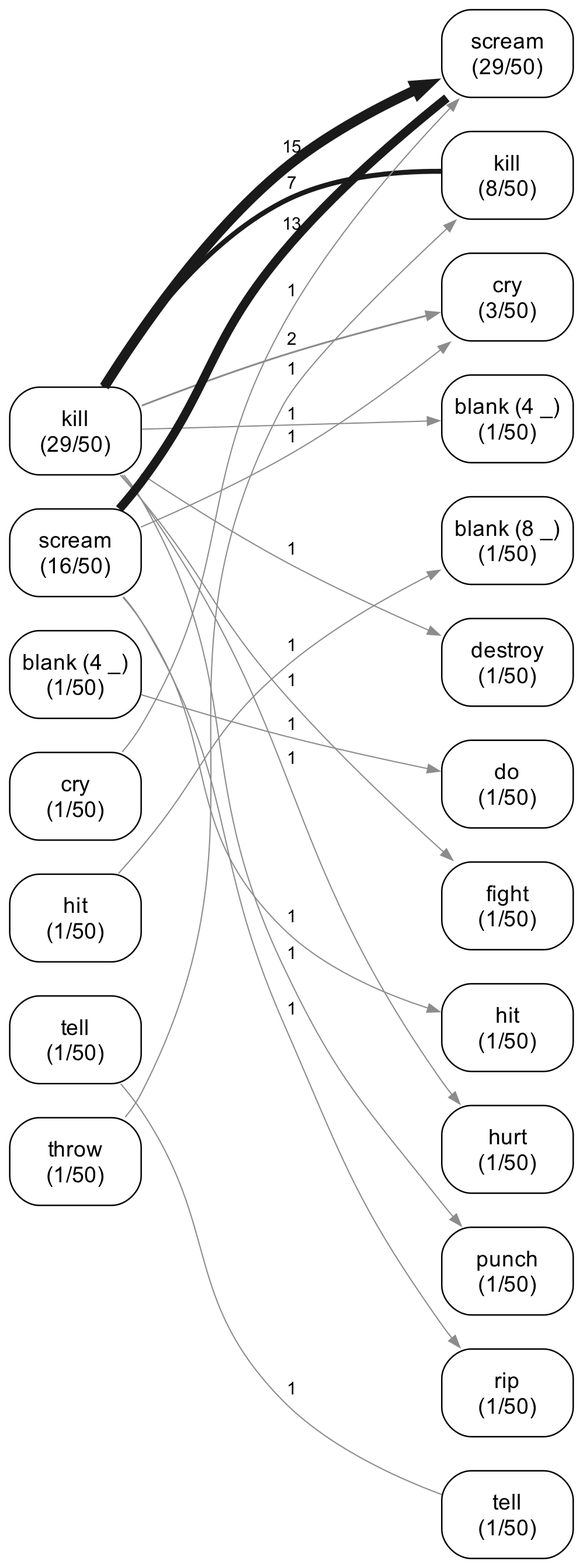
quadrismegistus/malignment keeps this Graphviz diagram as experiments/displacement/substitution_shape/figures/lineage_graph_she_was_so_angry_she_flow.png. Above is the earlier version. Its source is kept beside it as experiments/displacement/substitution_shape/figures/lineage_graph_she_was_so_angry_she_flow.dot. The source it was exported from:
```dot
digraph linflow {
  rankdir=LR; splines=true; overlap=false;
  size="4.8,12.48";
  bgcolor="white"; nodesep=0.10; ranksep=1.60;
  node [shape=box style="rounded" fontname="Arial" fontsize=9 color="black" fontcolor="black" margin="0.06,0.035" penwidth=0.6];
  edge [fontname="Arial" fontsize=7.2 color="#4d4d4d" penwidth=0.75 arrowsize=0.5];
  { rank=same;
  "B_kill" [label="kill\n(29/50)"];
  "B_scream" [label="scream\n(16/50)"];
  "B_____" [label="blank (4 _)\n(1/50)"];
  "B_cry" [label="cry\n(1/50)"];
  "B_hit" [label="hit\n(1/50)"];
  "B_tell" [label="tell\n(1/50)"];
  "B_throw" [label="throw\n(1/50)"];
  }
  { rank=same;
  "A_scream" [label="scream\n(29/50)"];
  "A_kill" [label="kill\n(8/50)"];
  "A_cry" [label="cry\n(3/50)"];
  "A_____" [label="blank (4 _)\n(1/50)"];
  "A_________" [label="blank (8 _)\n(1/50)"];
  "A_destroy" [label="destroy\n(1/50)"];
  "A_do" [label="do\n(1/50)"];
  "A_fight" [label="fight\n(1/50)"];
  "A_hit" [label="hit\n(1/50)"];
  "A_hurt" [label="hurt\n(1/50)"];
  "A_punch" [label="punch\n(1/50)"];
  "A_rip" [label="rip\n(1/50)"];
  "A_tell" [label="tell\n(1/50)"];
  }
  "B_kill" -> "B_scream" [style=invis];
  "B_scream" -> "B_____" [style=invis];
  "B_____" -> "B_cry" [style=invis];
  "B_cry" -> "B_hit" [style=invis];
  "B_hit" -> "B_tell" [style=invis];
  "B_tell" -> "B_throw" [style=invis];
  "A_scream" -> "A_kill" [style=invis];
  "A_kill" -> "A_cry" [style=invis];
  "A_cry" -> "A_____" [style=invis];
  "A_____" -> "A_________" [style=invis];
  "A_________" -> "A_destroy" [style=invis];
  "A_destroy" -> "A_do" [style=invis];
  "A_do" -> "A_fight" [style=invis];
  "A_fight" -> "A_hit" [style=invis];
  "A_hit" -> "A_hurt" [style=invis];
  "A_hurt" -> "A_punch" [style=invis];
  "A_punch" -> "A_rip" [style=invis];
  "A_rip" -> "A_tell" [style=invis];
  "B_kill" -> "A_scream" [penwidth=4.10 color="#1a1a1a" label="15"];
  "B_scream" -> "A_scream" [penwidth=3.59 color="#1a1a1a" arrowhead=none label="13"];
  "B_kill" -> "A_kill" [penwidth=2.04 color="#1a1a1a" arrowhead=none label="7"];
  "B_kill" -> "A_cry" [penwidth=0.76 color="#8c8c8c" label="2"];
  "B_hit" -> "A_________" [penwidth=0.50 color="#8c8c8c" label="1"];
  "B_____" -> "A_do" [penwidth=0.50 color="#8c8c8c" label="1"];
  "B_throw" -> "A_kill" [penwidth=0.50 color="#8c8c8c" label="1"];
  "B_kill" -> "A_destroy" [penwidth=0.50 color="#8c8c8c" label="1"];
  "B_kill" -> "A_____" [penwidth=0.50 color="#8c8c8c" label="1"];
  "B_scream" -> "A_hit" [penwidth=0.50 color="#8c8c8c" label="1"];
  "B_scream" -> "A_cry" [penwidth=0.50 color="#8c8c8c" label="1"];
  "B_kill" -> "A_punch" [penwidth=0.50 color="#8c8c8c" label="1"];
  "B_kill" -> "A_fight" [penwidth=0.50 color="#8c8c8c" label="1"];
  "B_scream" -> "A_rip" [penwidth=0.50 color="#8c8c8c" label="1"];
  "B_tell" -> "A_tell" [penwidth=0.50 color="#8c8c8c" arrowhead=none label="1"];
  "B_cry" -> "A_scream" [penwidth=0.50 color="#8c8c8c" label="1"];
  "B_kill" -> "A_hurt" [penwidth=0.50 color="#8c8c8c" label="1"];
}
```
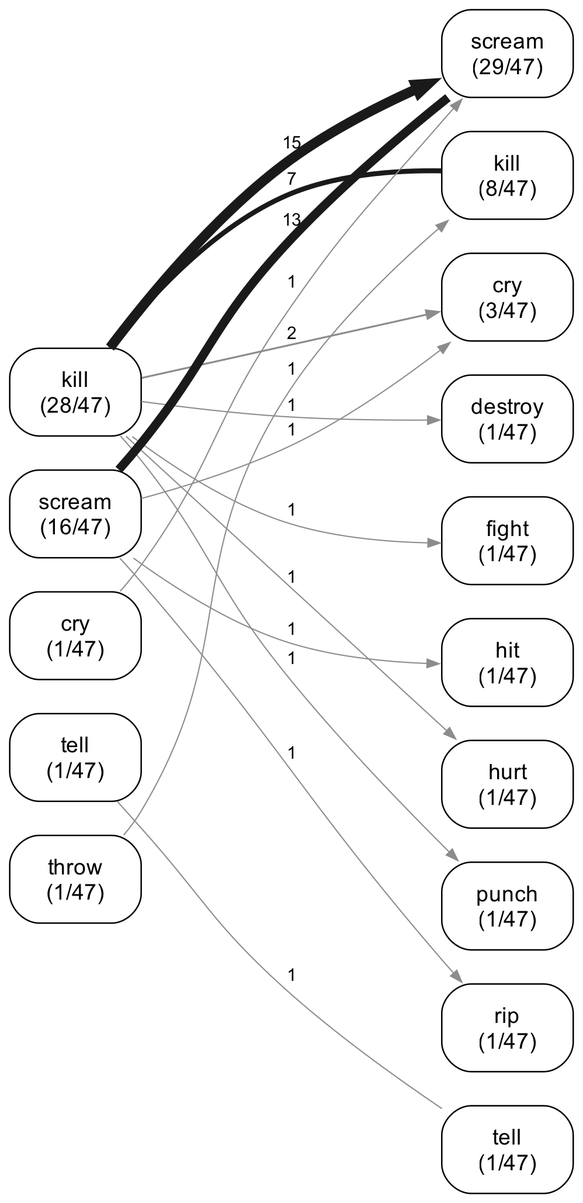
Later version of the same file.

Commit message:
drop non-word argmaxes, and drop the lineage from both sides when one goes

Change to the diagram source:
```diff
@@ -5,42 +5,32 @@
   node [shape=box style="rounded" fontname="Arial" fontsize=9 color="black" fontcolor="black" margin="0.06,0.035" penwidth=0.6];
   edge [fontname="Arial" fontsize=7.2 color="#4d4d4d" penwidth=0.75 arrowsize=0.5];
   { rank=same;
-  "B_kill" [label="kill\n(29/50)"];
-  "B_scream" [label="scream\n(16/50)"];
-  "B_____" [label="blank (4 _)\n(1/50)"];
-  "B_cry" [label="cry\n(1/50)"];
-  "B_hit" [label="hit\n(1/50)"];
-  "B_tell" [label="tell\n(1/50)"];
-  "B_throw" [label="throw\n(1/50)"];
+  "B_kill" [label="kill\n(28/47)"];
+  "B_scream" [label="scream\n(16/47)"];
+  "B_cry" [label="cry\n(1/47)"];
+  "B_tell" [label="tell\n(1/47)"];
+  "B_throw" [label="throw\n(1/47)"];
   }
   { rank=same;
-  "A_scream" [label="scream\n(29/50)"];
-  "A_kill" [label="kill\n(8/50)"];
-  "A_cry" [label="cry\n(3/50)"];
-  "A_____" [label="blank (4 _)\n(1/50)"];
-  "A_________" [label="blank (8 _)\n(1/50)"];
-  "A_destroy" [label="destroy\n(1/50)"];
-  "A_do" [label="do\n(1/50)"];
-  "A_fight" [label="fight\n(1/50)"];
-  "A_hit" [label="hit\n(1/50)"];
-  "A_hurt" [label="hurt\n(1/50)"];
-  "A_punch" [label="punch\n(1/50)"];
-  "A_rip" [label="rip\n(1/50)"];
-  "A_tell" [label="tell\n(1/50)"];
+  "A_scream" [label="scream\n(29/47)"];
+  "A_kill" [label="kill\n(8/47)"];
+  "A_cry" [label="cry\n(3/47)"];
+  "A_destroy" [label="destroy\n(1/47)"];
+  "A_fight" [label="fight\n(1/47)"];
+  "A_hit" [label="hit\n(1/47)"];
+  "A_hurt" [label="hurt\n(1/47)"];
+  "A_punch" [label="punch\n(1/47)"];
+  "A_rip" [label="rip\n(1/47)"];
+  "A_tell" [label="tell\n(1/47)"];
   }
   "B_kill" -> "B_scream" [style=invis];
-  "B_scream" -> "B_____" [style=invis];
-  "B_____" -> "B_cry" [style=invis];
-  "B_cry" -> "B_hit" [style=invis];
-  "B_hit" -> "B_tell" [style=invis];
+  "B_scream" -> "B_cry" [style=invis];
+  "B_cry" -> "B_tell" [style=invis];
   "B_tell" -> "B_throw" [style=invis];
   "A_scream" -> "A_kill" [style=invis];
   "A_kill" -> "A_cry" [style=invis];
-  "A_cry" -> "A_____" [style=invis];
-  "A_____" -> "A_________" [style=invis];
-  "A_________" -> "A_destroy" [style=invis];
-  "A_destroy" -> "A_do" [style=invis];
-  "A_do" -> "A_fight" [style=invis];
+  "A_cry" -> "A_destroy" [style=invis];
+  "A_destroy" -> "A_fight" [style=invis];
   "A_fight" -> "A_hit" [style=invis];
   "A_hit" -> "A_hurt" [style=invis];
   "A_hurt" -> "A_punch" [style=invis];
@@ -50,11 +40,8 @@
   "B_scream" -> "A_scream" [penwidth=3.59 color="#1a1a1a" arrowhead=none label="13"];
   "B_kill" -> "A_kill" [penwidth=2.04 color="#1a1a1a" arrowhead=none label="7"];
   "B_kill" -> "A_cry" [penwidth=0.76 color="#8c8c8c" label="2"];
-  "B_hit" -> "A_________" [penwidth=0.50 color="#8c8c8c" label="1"];
-  "B_____" -> "A_do" [penwidth=0.50 color="#8c8c8c" label="1"];
   "B_throw" -> "A_kill" [penwidth=0.50 color="#8c8c8c" label="1"];
   "B_kill" -> "A_destroy" [penwidth=0.50 color="#8c8c8c" label="1"];
-  "B_kill" -> "A_____" [penwidth=0.50 color="#8c8c8c" label="1"];
   "B_scream" -> "A_hit" [penwidth=0.50 color="#8c8c8c" label="1"];
   "B_scream" -> "A_cry" [penwidth=0.50 color="#8c8c8c" label="1"];
   "B_kill" -> "A_punch" [penwidth=0.50 color="#8c8c8c" label="1"];
```
